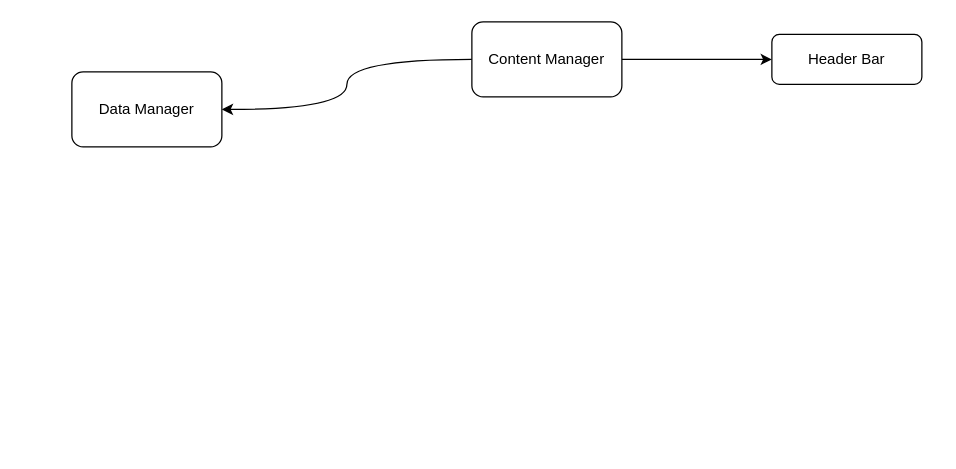
The draw.io diagram Untitled Diagram.drawio in NordLex/Diagram, before the edit. Source tidied: cells renumbered, new cells numbered last; positions are measured from the earlier drawing's top-left corner, leaving out a move shared by most shapes. Both pictures are drawn from the tidied source at 125%, with x=0, y=0 at pixel (71, 21).
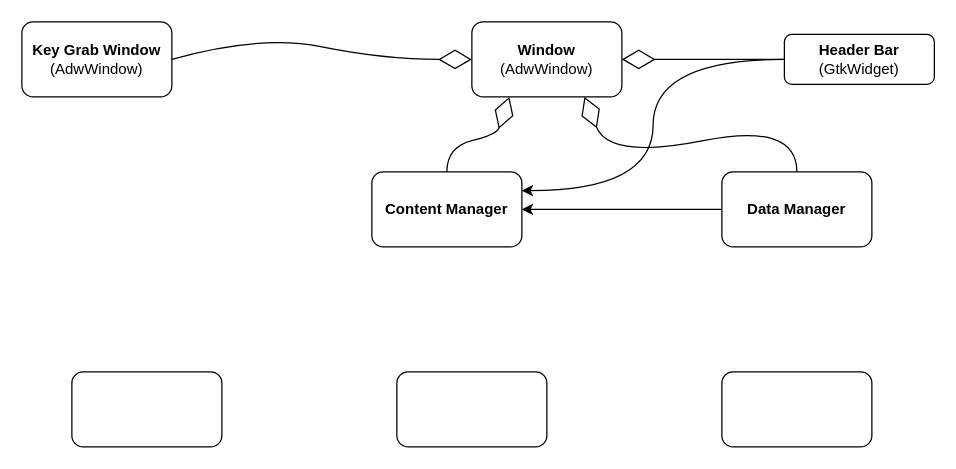
Above is the later version.

Change to the diagram source:
```diff
@@
-    <mxCell id="2" style="edgeStyle=orthogonalEdgeStyle;curved=1;rounded=0;jettySize=auto;html=1;entryX=0;entryY=0.5;entryDx=0;entryDy=0;" parent="1" edge="1" source="4" target="6">
-      <mxGeometry relative="1" as="geometry" />
-    </mxCell>
-    <mxCell id="3" style="edgeStyle=orthogonalEdgeStyle;curved=1;rounded=0;jettySize=auto;html=1;entryX=1;entryY=0.5;entryDx=0;entryDy=0;" parent="1" edge="1" source="4" target="5">
-      <mxGeometry relative="1" as="geometry" />
-    </mxCell>
-    <mxCell id="4" value="Content Manager" style="rounded=1;whiteSpace=wrap;html=1;" parent="1" vertex="1">
+    <mxCell id="4" value="&lt;div&gt;&lt;b&gt;Window&lt;/b&gt;&lt;/div&gt;&lt;div&gt;(AdwWindow)&lt;br&gt;&lt;/div&gt;" style="rounded=1;whiteSpace=wrap;html=1;" parent="1" vertex="1">
       <mxGeometry x="320" width="120" height="60" as="geometry" />
     </mxCell>
+    <mxCell id="7" style="edgeStyle=orthogonalEdgeStyle;curved=1;rounded=0;jettySize=auto;html=1;entryX=1;entryY=0.5;entryDx=0;entryDy=0;" parent="1" edge="1" source="5" target="10">
+      <mxGeometry relative="1" as="geometry" />
+    </mxCell>
-    <mxCell id="5" value="Data Manager" style="rounded=1;whiteSpace=wrap;html=1;" parent="1" vertex="1">
-      <mxGeometry y="40" width="120" height="60" as="geometry" />
+    <mxCell id="5" value="&lt;b&gt;Data Manager&lt;/b&gt;" style="rounded=1;whiteSpace=wrap;html=1;" parent="1" vertex="1">
+      <mxGeometry x="520" y="120" width="120" height="60" as="geometry" />
     </mxCell>
+    <mxCell id="8" style="edgeStyle=orthogonalEdgeStyle;curved=1;rounded=0;jettySize=auto;html=1;entryX=1;entryY=0.25;entryDx=0;entryDy=0;" parent="1" edge="1" source="6" target="10">
+      <mxGeometry relative="1" as="geometry" />
+    </mxCell>
-    <mxCell id="6" value="Header Bar" style="rounded=1;whiteSpace=wrap;html=1;" parent="1" vertex="1">
-      <mxGeometry x="560" y="10" width="120" height="40" as="geometry" />
+    <mxCell id="6" value="&lt;div&gt;&lt;b&gt;Header Bar&lt;/b&gt;&lt;/div&gt;(GtkWidget)" style="rounded=1;whiteSpace=wrap;html=1;" parent="1" vertex="1">
+      <mxGeometry x="570" y="10" width="120" height="40" as="geometry" />
     </mxCell>
+    <mxCell id="9" style="endArrow=diamondThin;endFill=0;endSize=24;html=1;rounded=0;curved=1;exitX=0;exitY=0.5;exitDx=0;exitDy=0;entryX=1;entryY=0.5;entryDx=0;entryDy=0;" parent="1" edge="1" source="6" target="4">
+      <mxGeometry relative="1" as="geometry" />
+    </mxCell>
+    <mxCell id="10" value="&lt;b&gt;Content Manager&lt;/b&gt;" style="rounded=1;whiteSpace=wrap;html=1;" parent="1" vertex="1">
+      <mxGeometry x="240" y="120" width="120" height="60" as="geometry" />
+    </mxCell>
+    <mxCell id="11" value="&lt;div&gt;&lt;b&gt;Key Grab Window&lt;/b&gt;&lt;/div&gt;&lt;div&gt;(AdwWindow)&lt;br&gt;&lt;/div&gt;" style="rounded=1;whiteSpace=wrap;html=1;" parent="1" vertex="1">
+      <mxGeometry x="-40" width="120" height="60" as="geometry" />
+    </mxCell>
+    <mxCell id="12" style="endArrow=diamondThin;endFill=0;endSize=24;html=1;rounded=0;curved=1;exitX=1;exitY=0.5;exitDx=0;exitDy=0;entryX=0;entryY=0.5;entryDx=0;entryDy=0;" parent="1" edge="1" source="11" target="4">
+      <mxGeometry relative="1" as="geometry">
+        <Array as="points">
+          <mxPoint x="150" y="10" />
+          <mxPoint x="250" y="30" />
+        </Array>
+      </mxGeometry>
+    </mxCell>
+    <mxCell id="13" style="endArrow=diamondThin;endFill=0;endSize=24;html=1;rounded=0;curved=1;exitX=0.5;exitY=0;exitDx=0;exitDy=0;entryX=0.25;entryY=1;entryDx=0;entryDy=0;" parent="1" edge="1" source="10" target="4">
+      <mxGeometry relative="1" as="geometry">
+        <Array as="points">
+          <mxPoint x="300" y="100" />
+          <mxPoint x="340" y="90" />
+        </Array>
+      </mxGeometry>
+    </mxCell>
+    <mxCell id="14" style="endArrow=diamondThin;endFill=0;endSize=24;html=1;rounded=0;curved=1;entryX=0.75;entryY=1;entryDx=0;entryDy=0;exitX=0.5;exitY=0;exitDx=0;exitDy=0;" parent="1" edge="1" source="5" target="4">
+      <mxGeometry relative="1" as="geometry">
+        <Array as="points">
+          <mxPoint x="580" y="80" />
+          <mxPoint x="430" y="110" />
+        </Array>
+      </mxGeometry>
+    </mxCell>
+    <mxCell id="15" style="rounded=1;whiteSpace=wrap;html=1;" parent="1" vertex="1">
+      <mxGeometry y="280" width="120" height="60" as="geometry" />
+    </mxCell>
+    <mxCell id="16" style="rounded=1;whiteSpace=wrap;html=1;" parent="1" vertex="1">
+      <mxGeometry x="260" y="280" width="120" height="60" as="geometry" />
+    </mxCell>
+    <mxCell id="17" style="rounded=1;whiteSpace=wrap;html=1;" parent="1" vertex="1">
+      <mxGeometry x="520" y="280" width="120" height="60" as="geometry" />
+    </mxCell>
```
